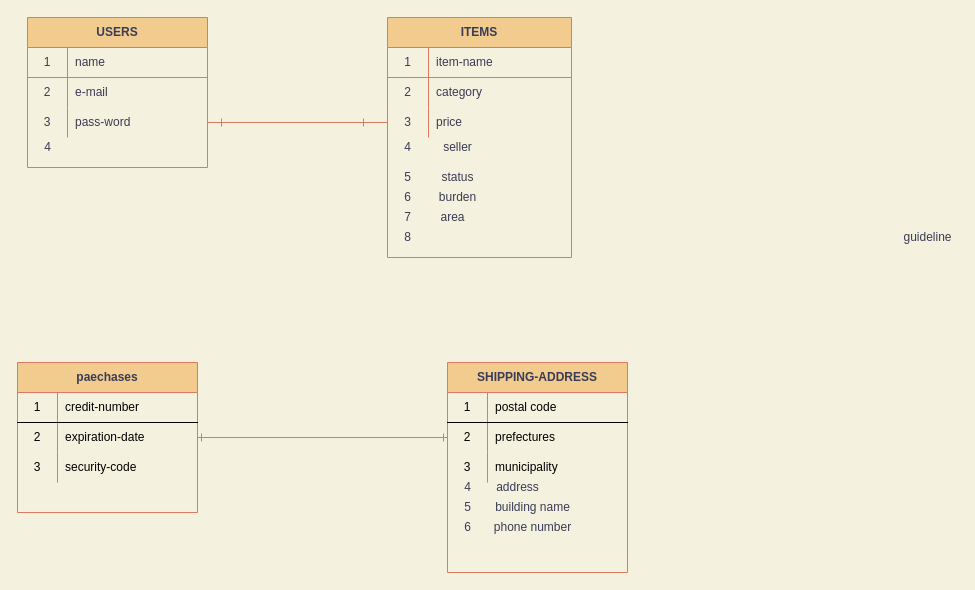
The draw.io diagram ER.dio in bookmaker01/furima-32094, before the edit. Source tidied: cells renumbered, new cells numbered last; positions are measured from the earlier drawing's top-left corner, leaving out a move shared by most shapes. Both pictures are drawn from the tidied source at 100%, with x=0, y=0 at pixel (17, 17).
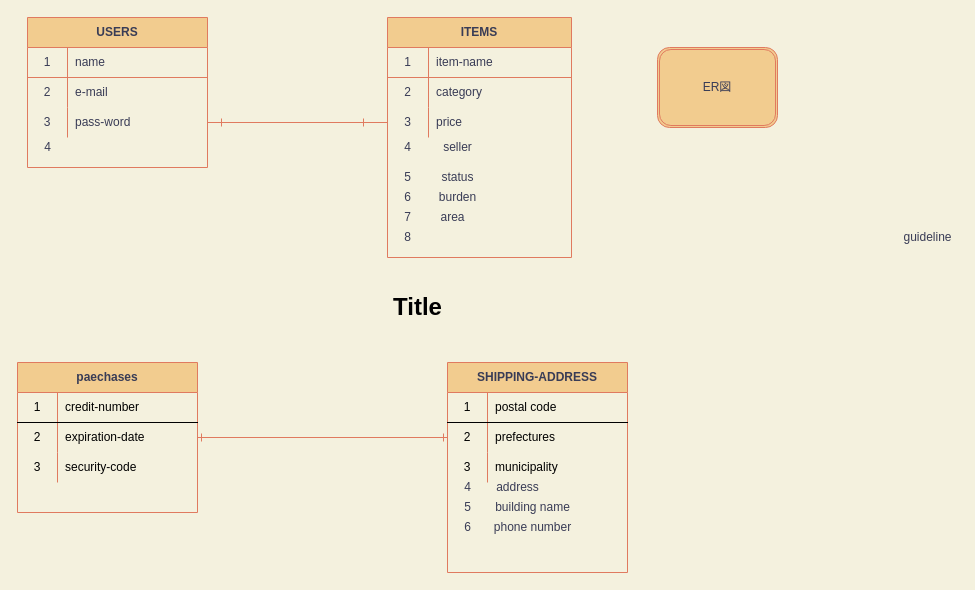
The same diagram, later.

Commit message:
データベース設計1

What changed in the source:
```diff
@@
+    <mxCell id="64" value="Title" style="text;strokeColor=none;fillColor=none;html=1;fontSize=24;fontStyle=1;verticalAlign=middle;align=center;rounded=0;sketch=0;" parent="1" vertex="1">
+      <mxGeometry x="350" y="270" width="100" height="40" as="geometry" />
+    </mxCell>
+    <mxCell id="65" value="ER図" style="shape=ext;double=1;rounded=1;whiteSpace=wrap;html=1;sketch=0;strokeColor=#E07A5F;fillColor=#F2CC8F;fontColor=#393C56;" parent="1" vertex="1">
+      <mxGeometry x="640" y="30" width="120" height="80" as="geometry" />
+    </mxCell>
```
